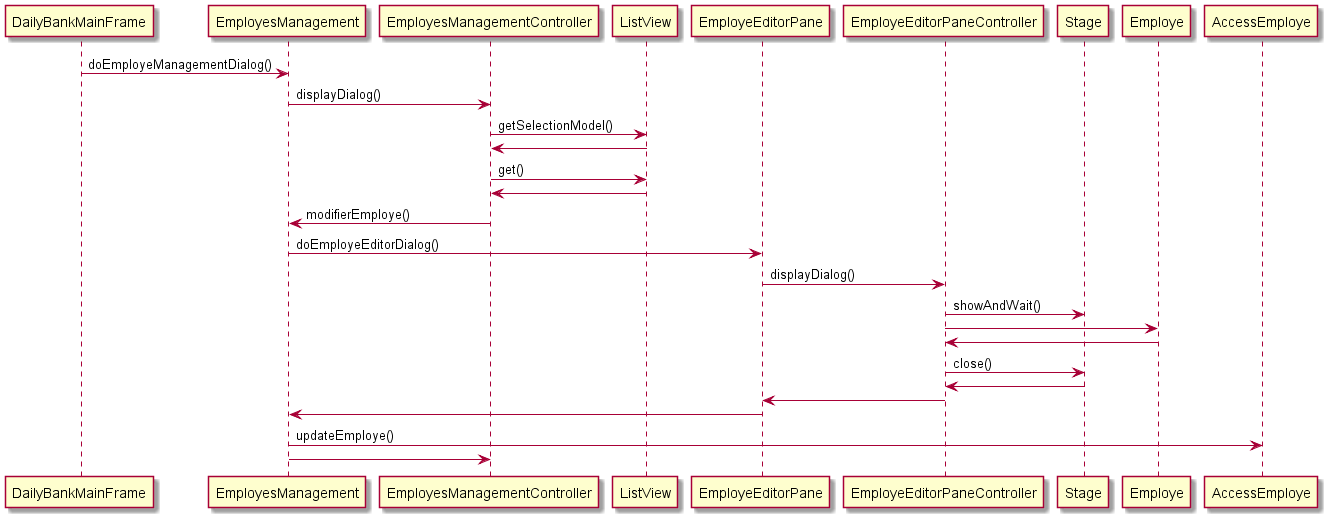
Earlier version of the PlantUML export assets/doc_Tec_V1/Modifier un employé.png (IUT-Blagnac/sae2022-bank-1b1). Source of this version:
```plantuml
@startuml Modifier un employé

DailyBankMainFrame -> EmployesManagement : doEmployeManagementDialog()
EmployesManagement -> EmployesManagementController : displayDialog()
EmployesManagementController -> ListView : getSelectionModel()
EmployesManagementController <- ListView
EmployesManagementController -> ListView : get()
EmployesManagementController <- ListView
EmployesManagement <- EmployesManagementController : modifierEmploye()
EmployesManagement -> EmployeEditorPane : doEmployeEditorDialog()
EmployeEditorPane -> EmployeEditorPaneController : displayDialog()
EmployeEditorPaneController -> Stage : showAndWait()
EmployeEditorPaneController -> Employe
EmployeEditorPaneController <- Employe
EmployeEditorPaneController -> Stage : close()
EmployeEditorPaneController <- Stage
EmployeEditorPane <- EmployeEditorPaneController
EmployesManagement <- EmployeEditorPane

EmployesManagement -> AccessEmploye : updateEmploye()
EmployesManagement -> EmployesManagementController
@enduml
```
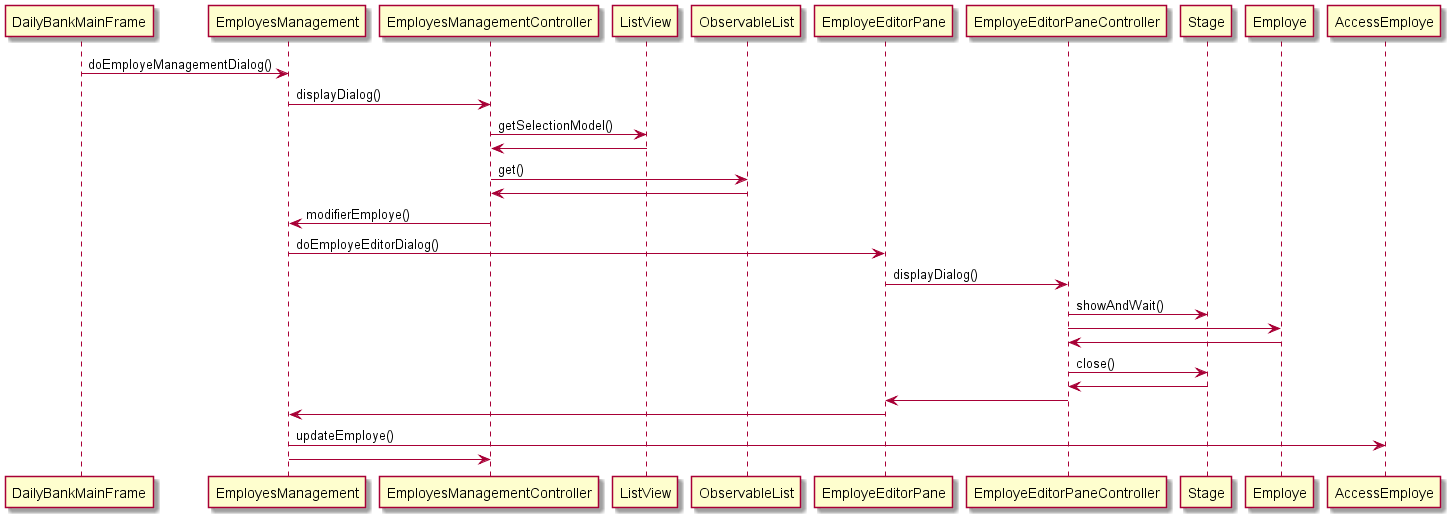
After the commit.

Commit message:
update diagramme edit employe

Change to the diagram source:
```diff
@@ -4,8 +4,8 @@
 EmployesManagement -> EmployesManagementController : displayDialog()
 EmployesManagementController -> ListView : getSelectionModel()
 EmployesManagementController <- ListView
-EmployesManagementController -> ListView : get()
-EmployesManagementController <- ListView
+EmployesManagementController -> ObservableList : get()
+EmployesManagementController <- ObservableList
 EmployesManagement <- EmployesManagementController : modifierEmploye()
 EmployesManagement -> EmployeEditorPane : doEmployeEditorDialog()
 EmployeEditorPane -> EmployeEditorPaneController : displayDialog()
```
